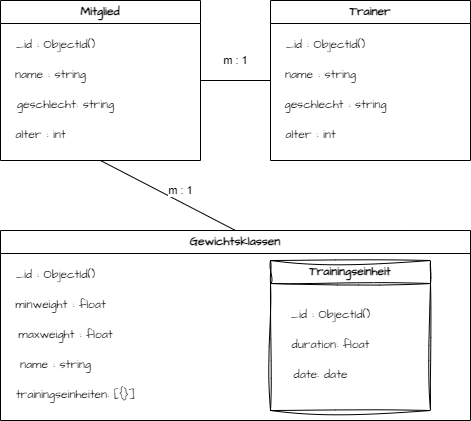
This is KN02/B_Diagramm.png from Noah8820/m165_2024, a draw.io export, as it was before one commit. Source tidied: cells renumbered, new cells last; positions are measured from the earlier drawing's top-left corner, leaving out a move shared by most shapes.
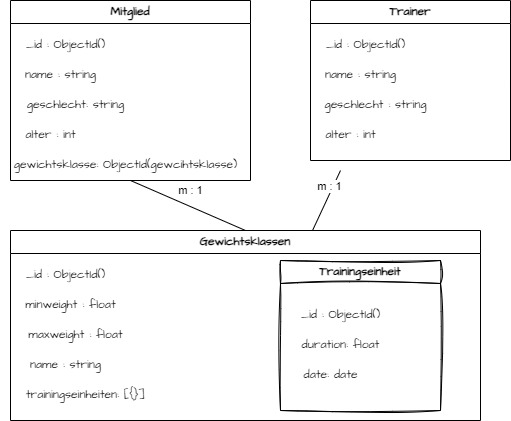
Later version of the same file.

What changed in the source:
```diff
@@ -3,41 +3,44 @@
     <mxCell id="0" />
     <mxCell id="1" parent="0" />
     <mxCell id="2" value="&lt;div&gt;Mitglied&lt;/div&gt;" style="swimlane;whiteSpace=wrap;html=1;hachureGap=4;fontFamily=Architects Daughter;fontSource=https%3A%2F%2Ffonts.googleapis.com%2Fcss%3Ffamily%3DArchitects%2BDaughter;startSize=23;" parent="1" vertex="1">
-      <mxGeometry width="200" height="160" as="geometry" />
+      <mxGeometry width="240" height="180" as="geometry" />
     </mxCell>
-    <mxCell id="3" value="_id : ObjectId()" style="text;html=1;align=center;verticalAlign=middle;strokeColor=none;fillColor=none;fontFamily=Architects Daughter;fontSource=https%3A%2F%2Ffonts.googleapis.com%2Fcss%3Ffamily%3DArchitects%2BDaughter;" parent="2" vertex="1">
-      <mxGeometry x="5" y="30" width="100" height="30" as="geometry" />
-    </mxCell>
-    <mxCell id="4" value="name : string" style="text;html=1;align=center;verticalAlign=middle;strokeColor=none;fillColor=none;fontFamily=Architects Daughter;fontSource=https%3A%2F%2Ffonts.googleapis.com%2Fcss%3Ffamily%3DArchitects%2BDaughter;" parent="2" vertex="1">
-      <mxGeometry x="5" y="60" width="90" height="30" as="geometry" />
-    </mxCell>
+    <mxCell id="26" value="_id : ObjectId()" style="text;html=1;align=center;verticalAlign=middle;strokeColor=none;fillColor=none;fontFamily=Architects Daughter;fontSource=https%3A%2F%2Ffonts.googleapis.com%2Fcss%3Ffamily%3DArchitects%2BDaughter;" parent="2" vertex="1">
+      <mxGeometry x="5" y="30" width="100" height="30" as="geometry" />
+    </mxCell>
+    <mxCell id="27" value="name : string" style="text;html=1;align=center;verticalAlign=middle;strokeColor=none;fillColor=none;fontFamily=Architects Daughter;fontSource=https%3A%2F%2Ffonts.googleapis.com%2Fcss%3Ffamily%3DArchitects%2BDaughter;" parent="2" vertex="1">
+      <mxGeometry x="5" y="60" width="90" height="30" as="geometry" />
+    </mxCell>
     <mxCell id="5" value="geschlecht: string" style="text;html=1;align=center;verticalAlign=middle;strokeColor=none;fillColor=none;fontFamily=Architects Daughter;fontSource=https%3A%2F%2Ffonts.googleapis.com%2Fcss%3Ffamily%3DArchitects%2BDaughter;" parent="2" vertex="1">
       <mxGeometry x="5" y="90" width="120" height="30" as="geometry" />
     </mxCell>
-    <mxCell id="6" value="alter : int" style="text;html=1;align=center;verticalAlign=middle;strokeColor=none;fillColor=none;fontFamily=Architects Daughter;fontSource=https%3A%2F%2Ffonts.googleapis.com%2Fcss%3Ffamily%3DArchitects%2BDaughter;" parent="2" vertex="1">
-      <mxGeometry x="5" y="120" width="70" height="30" as="geometry" />
-    </mxCell>
+    <mxCell id="28" value="alter : int" style="text;html=1;align=center;verticalAlign=middle;strokeColor=none;fillColor=none;fontFamily=Architects Daughter;fontSource=https%3A%2F%2Ffonts.googleapis.com%2Fcss%3Ffamily%3DArchitects%2BDaughter;" parent="2" vertex="1">
+      <mxGeometry x="5" y="120" width="70" height="30" as="geometry" />
+    </mxCell>
+    <mxCell id="29" value="gewichtsklasse: ObjectId(gewcihtsklasse)" style="text;html=1;align=center;verticalAlign=middle;strokeColor=none;fillColor=none;fontFamily=Architects Daughter;fontSource=https%3A%2F%2Ffonts.googleapis.com%2Fcss%3Ffamily%3DArchitects%2BDaughter;" parent="2" vertex="1">
+      <mxGeometry x="-10" y="150" width="250" height="30" as="geometry" />
+    </mxCell>
     <mxCell id="7" value="&lt;div&gt;Trainer&lt;/div&gt;" style="swimlane;whiteSpace=wrap;html=1;hachureGap=4;fontFamily=Architects Daughter;fontSource=https%3A%2F%2Ffonts.googleapis.com%2Fcss%3Ffamily%3DArchitects%2BDaughter;startSize=23;" parent="1" vertex="1">
-      <mxGeometry x="270" width="200" height="160" as="geometry" />
+      <mxGeometry x="300" width="200" height="160" as="geometry" />
     </mxCell>
-    <mxCell id="8" value="_id : ObjectId()" style="text;html=1;align=center;verticalAlign=middle;strokeColor=none;fillColor=none;fontFamily=Architects Daughter;fontSource=https%3A%2F%2Ffonts.googleapis.com%2Fcss%3Ffamily%3DArchitects%2BDaughter;" parent="7" vertex="1">
-      <mxGeometry x="5" y="30" width="100" height="30" as="geometry" />
-    </mxCell>
-    <mxCell id="9" value="name : string" style="text;html=1;align=center;verticalAlign=middle;strokeColor=none;fillColor=none;fontFamily=Architects Daughter;fontSource=https%3A%2F%2Ffonts.googleapis.com%2Fcss%3Ffamily%3DArchitects%2BDaughter;" parent="7" vertex="1">
-      <mxGeometry x="5" y="60" width="90" height="30" as="geometry" />
-    </mxCell>
+    <mxCell id="30" value="_id : ObjectId()" style="text;html=1;align=center;verticalAlign=middle;strokeColor=none;fillColor=none;fontFamily=Architects Daughter;fontSource=https%3A%2F%2Ffonts.googleapis.com%2Fcss%3Ffamily%3DArchitects%2BDaughter;" parent="7" vertex="1">
+      <mxGeometry x="5" y="30" width="100" height="30" as="geometry" />
+    </mxCell>
+    <mxCell id="31" value="name : string" style="text;html=1;align=center;verticalAlign=middle;strokeColor=none;fillColor=none;fontFamily=Architects Daughter;fontSource=https%3A%2F%2Ffonts.googleapis.com%2Fcss%3Ffamily%3DArchitects%2BDaughter;" parent="7" vertex="1">
+      <mxGeometry x="5" y="60" width="90" height="30" as="geometry" />
+    </mxCell>
     <mxCell id="10" value="geschlecht : string" style="text;html=1;align=center;verticalAlign=middle;strokeColor=none;fillColor=none;fontFamily=Architects Daughter;fontSource=https%3A%2F%2Ffonts.googleapis.com%2Fcss%3Ffamily%3DArchitects%2BDaughter;" parent="7" vertex="1">
       <mxGeometry y="90" width="130" height="30" as="geometry" />
     </mxCell>
-    <mxCell id="11" value="alter : int" style="text;html=1;align=center;verticalAlign=middle;strokeColor=none;fillColor=none;fontFamily=Architects Daughter;fontSource=https%3A%2F%2Ffonts.googleapis.com%2Fcss%3Ffamily%3DArchitects%2BDaughter;" parent="7" vertex="1">
-      <mxGeometry x="5" y="120" width="70" height="30" as="geometry" />
-    </mxCell>
+    <mxCell id="32" value="alter : int" style="text;html=1;align=center;verticalAlign=middle;strokeColor=none;fillColor=none;fontFamily=Architects Daughter;fontSource=https%3A%2F%2Ffonts.googleapis.com%2Fcss%3Ffamily%3DArchitects%2BDaughter;" parent="7" vertex="1">
+      <mxGeometry x="5" y="120" width="70" height="30" as="geometry" />
+    </mxCell>
     <mxCell id="12" value="&lt;div&gt;Gewichtsklassen&lt;/div&gt;" style="swimlane;whiteSpace=wrap;html=1;hachureGap=4;fontFamily=Architects Daughter;fontSource=https%3A%2F%2Ffonts.googleapis.com%2Fcss%3Ffamily%3DArchitects%2BDaughter;startSize=23;" parent="1" vertex="1">
       <mxGeometry y="230" width="470" height="190" as="geometry" />
     </mxCell>
-    <mxCell id="13" value="_id : ObjectId()" style="text;html=1;align=center;verticalAlign=middle;strokeColor=none;fillColor=none;fontFamily=Architects Daughter;fontSource=https%3A%2F%2Ffonts.googleapis.com%2Fcss%3Ffamily%3DArchitects%2BDaughter;" parent="12" vertex="1">
-      <mxGeometry x="5" y="30" width="100" height="30" as="geometry" />
-    </mxCell>
+    <mxCell id="33" value="_id : ObjectId()" style="text;html=1;align=center;verticalAlign=middle;strokeColor=none;fillColor=none;fontFamily=Architects Daughter;fontSource=https%3A%2F%2Ffonts.googleapis.com%2Fcss%3Ffamily%3DArchitects%2BDaughter;" parent="12" vertex="1">
+      <mxGeometry x="5" y="30" width="100" height="30" as="geometry" />
+    </mxCell>
     <mxCell id="14" value="minweight : float" style="text;html=1;align=center;verticalAlign=middle;strokeColor=none;fillColor=none;fontFamily=Architects Daughter;fontSource=https%3A%2F%2Ffonts.googleapis.com%2Fcss%3Ffamily%3DArchitects%2BDaughter;" parent="12" vertex="1">
       <mxGeometry x="5" y="60" width="110" height="30" as="geometry" />
     </mxCell>
@@ -62,10 +65,12 @@
     <mxCell id="21" value="trainingseinheiten: [{}]" style="text;html=1;align=center;verticalAlign=middle;strokeColor=none;fillColor=none;fontFamily=Architects Daughter;fontSource=https%3A%2F%2Ffonts.googleapis.com%2Fcss%3Ffamily%3DArchitects%2BDaughter;" parent="12" vertex="1">
       <mxGeometry x="5" y="150" width="140" height="30" as="geometry" />
     </mxCell>
-    <mxCell id="22" style="endArrow=none;html=1;rounded=0;hachureGap=4;fontFamily=Architects Daughter;fontSource=https%3A%2F%2Ffonts.googleapis.com%2Fcss%3Ffamily%3DArchitects%2BDaughter;entryX=0;entryY=0.5;entryDx=0;entryDy=0;exitX=1;exitY=0.5;exitDx=0;exitDy=0;" parent="1" edge="1" source="2" target="7">
-      <mxGeometry relative="1" as="geometry" />
-    </mxCell>
+    <mxCell id="34" style="endArrow=none;html=1;rounded=0;hachureGap=4;fontFamily=Architects Daughter;fontSource=https%3A%2F%2Ffonts.googleapis.com%2Fcss%3Ffamily%3DArchitects%2BDaughter;exitX=0.643;exitY=-0.002;exitDx=0;exitDy=0;exitPerimeter=0;" parent="1" edge="1" source="12">
+      <mxGeometry relative="1" as="geometry">
+        <mxPoint x="330" y="170" as="targetPoint" />
+      </mxGeometry>
+    </mxCell>
-    <mxCell id="23" value="&lt;font face=&quot;Helvetica&quot;&gt;m : 1&lt;/font&gt;" style="edgeLabel;html=1;align=center;verticalAlign=middle;sketch=1;hachureGap=4;jiggle=2;curveFitting=1;fontFamily=Architects Daughter;fontSource=https%3A%2F%2Ffonts.googleapis.com%2Fcss%3Ffamily%3DArchitects%2BDaughter;" parent="22" vertex="1">
+    <mxCell id="23" value="&lt;font face=&quot;Helvetica&quot;&gt;m : 1&lt;/font&gt;" style="edgeLabel;html=1;align=center;verticalAlign=middle;sketch=1;hachureGap=4;jiggle=2;curveFitting=1;fontFamily=Architects Daughter;fontSource=https%3A%2F%2Ffonts.googleapis.com%2Fcss%3Ffamily%3DArchitects%2BDaughter;" parent="34" vertex="1">
       <mxGeometry x="-0.18" y="1" relative="1" as="geometry">
         <mxPoint x="6" y="-19" as="offset" />
       </mxGeometry>
```
